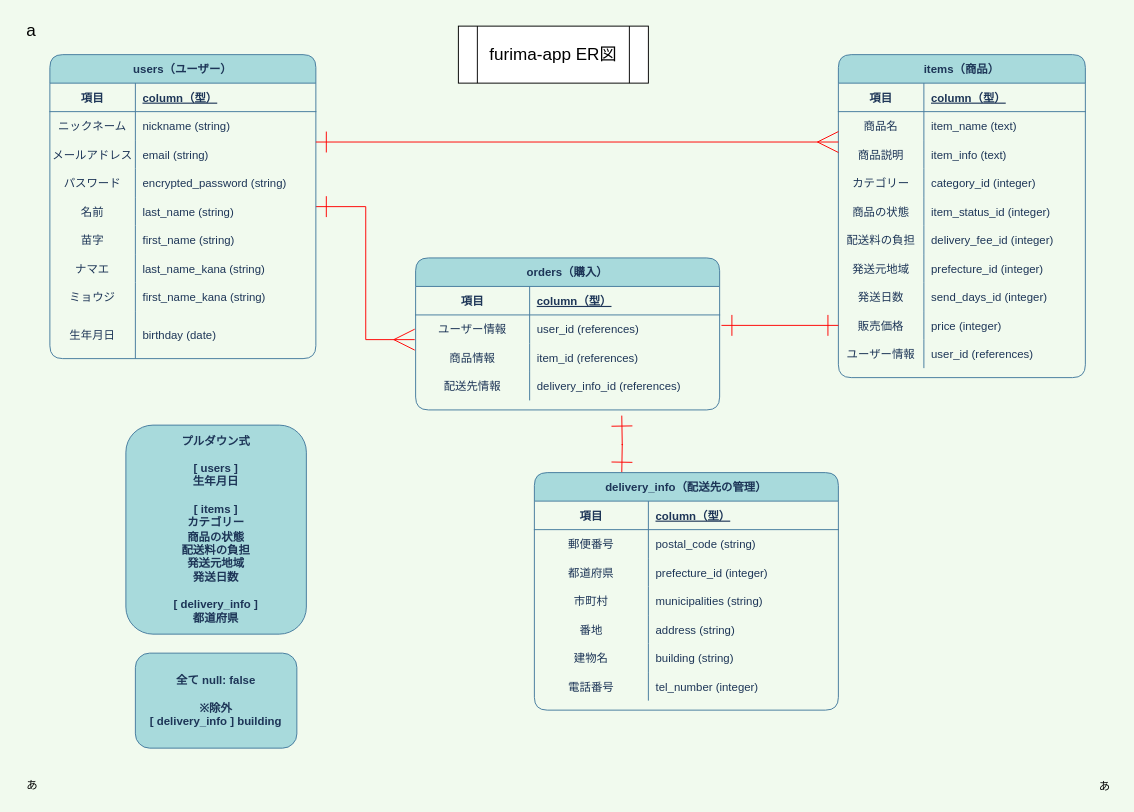
Before: ER.dio in d1-s/furima-36757, a draw.io diagram. Source tidied: cells renumbered, new cells numbered last; positions are measured from the earlier drawing's top-left corner, leaving out a move shared by most shapes. Both pictures are drawn from the tidied source at 95%, with x=0, y=0 at pixel (16, 16).
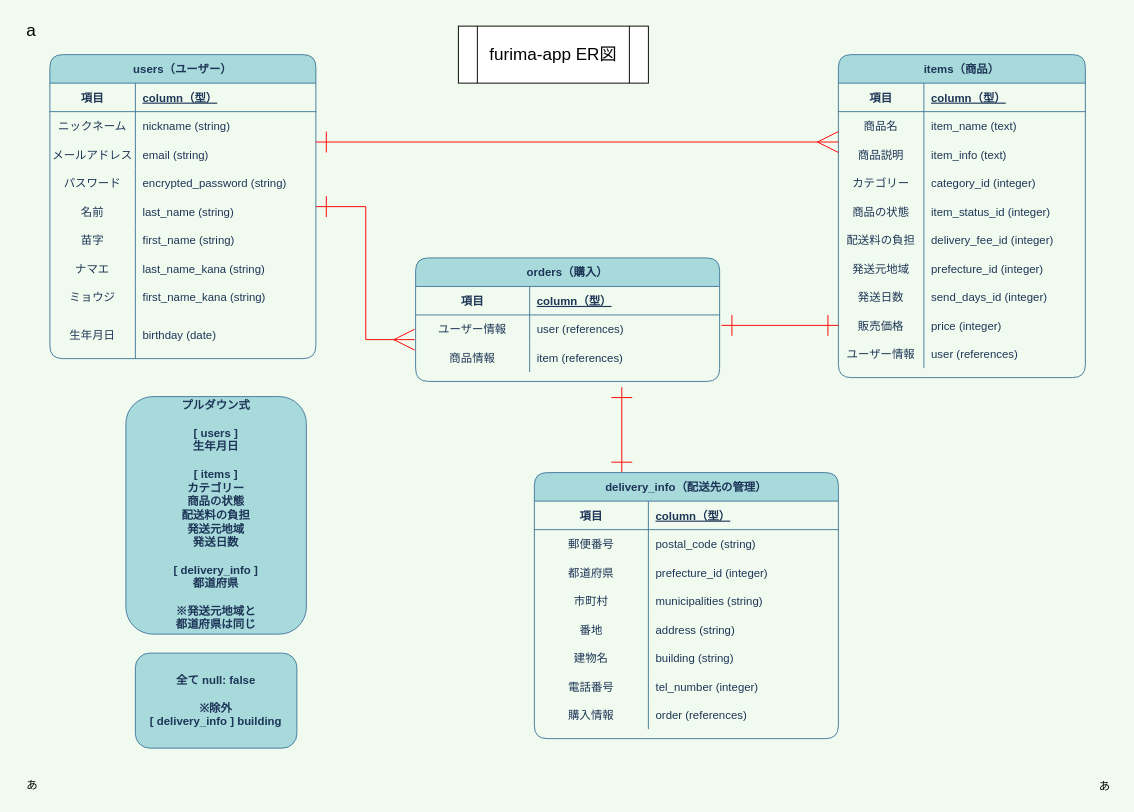
The same page after the edit.

Commit message (it also covers changes not shown here):
データベース設計、再修正

The change refers to these unchanged cells:
```xml
<mxCell id="59" style="shape=partialRectangle;fillColor=none;top=0;left=0;bottom=0;right=0;strokeColor=#457B9D;fontColor=#1D3557;" parent="31" vertex="1">
  <mxGeometry y="300" width="260" height="30" as="geometry" />
</mxCell>
<mxCell id="66" style="shape=partialRectangle;fillColor=none;top=0;left=0;bottom=0;right=0;points=[[0,0.5],[1,0.5]];portConstraint=eastwest;strokeColor=#457B9D;fontColor=#1D3557;" parent="62" vertex="1">
  <mxGeometry y="60" width="320" height="30" as="geometry" />
</mxCell>
<mxCell id="69" style="shape=partialRectangle;fillColor=none;top=0;left=0;bottom=0;right=0;points=[[0,0.5],[1,0.5]];portConstraint=eastwest;strokeColor=#457B9D;fontColor=#1D3557;" parent="62" vertex="1">
  <mxGeometry y="90" width="320" height="30" as="geometry" />
</mxCell>
```

Change to the diagram source:
```diff
@@
-    <mxCell id="61" value="user_id (references)" style="shape=partialRectangle;fillColor=none;top=0;left=0;bottom=0;right=0;align=left;spacingLeft=6;overflow=hidden;strokeColor=#457B9D;fontColor=#1D3557;" parent="59" vertex="1">
+    <mxCell id="61" value="user (references)" style="shape=partialRectangle;fillColor=none;top=0;left=0;bottom=0;right=0;align=left;spacingLeft=6;overflow=hidden;strokeColor=#457B9D;fontColor=#1D3557;" parent="59" vertex="1">
       <mxGeometry x="90" width="170" height="30" as="geometry" />
     </mxCell>
     <mxCell id="62" value="orders（購入）" style="shape=table;startSize=30;childLayout=tableLayout;rowLines=0;fontStyle=1;align=center;labelBackgroundColor=none;labelBorderColor=none;rounded=1;fillColor=#A8DADC;strokeColor=#457B9D;fontColor=#1D3557;" parent="1" vertex="1">
-      <mxGeometry x="420" y="254" width="320" height="160" as="geometry" />
+      <mxGeometry x="420" y="254" width="320" height="130" as="geometry" />
     </mxCell>
@@
-    <mxCell id="68" value="user_id (references)" style="shape=partialRectangle;fillColor=none;top=0;left=0;bottom=0;right=0;align=left;spacingLeft=6;overflow=hidden;strokeColor=#457B9D;fontColor=#1D3557;" parent="66" vertex="1">
+    <mxCell id="68" value="user (references)" style="shape=partialRectangle;fillColor=none;top=0;left=0;bottom=0;right=0;align=left;spacingLeft=6;overflow=hidden;strokeColor=#457B9D;fontColor=#1D3557;" parent="66" vertex="1">
       <mxGeometry x="120" width="200" height="30" as="geometry" />
     </mxCell>
@@
-    <mxCell id="71" value="item_id (references)" style="shape=partialRectangle;fillColor=none;top=0;left=0;bottom=0;right=0;align=left;spacingLeft=6;overflow=hidden;strokeColor=#457B9D;fontColor=#1D3557;" parent="69" vertex="1">
+    <mxCell id="71" value="item (references)" style="shape=partialRectangle;fillColor=none;top=0;left=0;bottom=0;right=0;align=left;spacingLeft=6;overflow=hidden;strokeColor=#457B9D;fontColor=#1D3557;" parent="69" vertex="1">
       <mxGeometry x="120" width="200" height="30" as="geometry" />
     </mxCell>
-    <mxCell id="72" style="shape=partialRectangle;fillColor=none;top=0;left=0;bottom=0;right=0;strokeColor=#457B9D;fontColor=#1D3557;" parent="62" vertex="1">
-      <mxGeometry y="120" width="320" height="30" as="geometry" />
-    </mxCell>
-    <mxCell id="73" value="配送先情報" style="shape=partialRectangle;fillColor=none;top=0;left=0;bottom=0;right=0;overflow=hidden;strokeColor=#457B9D;fontColor=#1D3557;" parent="72" vertex="1">
-      <mxGeometry width="120" height="30" as="geometry" />
-    </mxCell>
-    <mxCell id="74" value="delivery_info_id (references)" style="shape=partialRectangle;fillColor=none;top=0;left=0;bottom=0;right=0;align=left;spacingLeft=6;overflow=hidden;strokeColor=#457B9D;fontColor=#1D3557;" parent="72" vertex="1">
-      <mxGeometry x="120" width="200" height="30" as="geometry" />
-    </mxCell>
-    <mxCell id="75" value="プルダウン式&lt;br&gt;&lt;br&gt;[ users ]&lt;br&gt;生年月日&lt;br&gt;&lt;br&gt;[ items ]&lt;br&gt;カテゴリー&lt;br&gt;商品の状態&lt;br&gt;配送料の負担&lt;br&gt;発送元地域&lt;br&gt;発送日数&lt;br&gt;&lt;br&gt;[ delivery_info ]&lt;br&gt;都道府県" style="whiteSpace=wrap;html=1;rounded=1;labelBackgroundColor=none;fontStyle=1;fillColor=#A8DADC;strokeColor=#457B9D;fontColor=#1D3557;" parent="1" vertex="1">
-      <mxGeometry x="115" y="430" width="190" height="220" as="geometry" />
+    <mxCell id="75" value="プルダウン式&lt;br&gt;&lt;br&gt;[ users ]&lt;br&gt;生年月日&lt;br&gt;&lt;br&gt;[ items ]&lt;br&gt;カテゴリー&lt;br&gt;商品の状態&lt;br&gt;配送料の負担&lt;br&gt;発送元地域&lt;br&gt;発送日数&lt;br&gt;&lt;br&gt;[ delivery_info ]&lt;br&gt;都道府県&lt;br&gt;&lt;br&gt;※発送元地域と&lt;br&gt;都道府県は同じ" style="whiteSpace=wrap;html=1;rounded=1;labelBackgroundColor=none;fontStyle=1;fillColor=#A8DADC;strokeColor=#457B9D;fontColor=#1D3557;" parent="1" vertex="1">
+      <mxGeometry x="115" y="400" width="190" height="250" as="geometry" />
     </mxCell>
@@
     <mxCell id="77" style="edgeStyle=orthogonalEdgeStyle;rounded=0;jumpSize=30;orthogonalLoop=1;jettySize=auto;html=1;startSize=20;endSize=20;sourcePerimeterSpacing=0;targetPerimeterSpacing=0;strokeColor=#FF0000;endArrow=ERone;endFill=0;startArrow=ERone;startFill=0;" parent="1" edge="1">
       <mxGeometry relative="1" as="geometry">
         <mxPoint x="637" y="480" as="sourcePoint" />
-        <mxPoint x="637" y="420" as="targetPoint" />
+        <mxPoint x="637" y="390" as="targetPoint" />
       </mxGeometry>
     </mxCell>
     <mxCell id="78" value="delivery_info（配送先の管理）" style="shape=table;startSize=30;childLayout=tableLayout;rowLines=0;fontStyle=1;align=center;labelBackgroundColor=none;labelBorderColor=none;rounded=1;fillColor=#A8DADC;strokeColor=#457B9D;fontColor=#1D3557;" parent="1" vertex="1">
-      <mxGeometry x="545" y="480" width="320" height="250" as="geometry" />
+      <mxGeometry x="545" y="480" width="320" height="280" as="geometry" />
     </mxCell>
@@
+    <mxCell id="106" style="shape=partialRectangle;fillColor=none;top=0;left=0;bottom=0;right=0;strokeColor=#457B9D;fontColor=#1D3557;" parent="78" vertex="1">
+      <mxGeometry y="240" width="320" height="30" as="geometry" />
+    </mxCell>
+    <mxCell id="107" value="購入情報" style="shape=partialRectangle;fillColor=none;top=0;left=0;bottom=0;right=0;overflow=hidden;strokeColor=#457B9D;fontColor=#1D3557;" parent="106" vertex="1">
+      <mxGeometry width="120" height="30" as="geometry" />
+    </mxCell>
+    <mxCell id="108" value="order (references)" style="shape=partialRectangle;fillColor=none;top=0;left=0;bottom=0;right=0;align=left;spacingLeft=6;overflow=hidden;strokeColor=#457B9D;fontColor=#1D3557;" parent="106" vertex="1">
+      <mxGeometry x="120" width="200" height="30" as="geometry" />
+    </mxCell>
```
